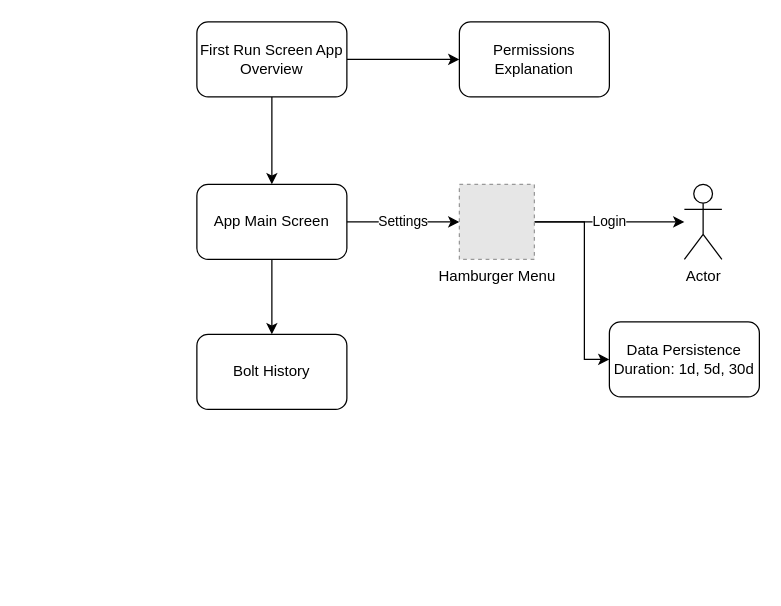
This is BLE_Reader.drawio from mihaidinsoreanu/draw_io_diagrams, a draw.io file, before an edit. Source tidied: cells renumbered, new cells numbered last; positions are measured from the earlier drawing's top-left corner, leaving out a move shared by most shapes. Both pictures are drawn from the tidied source at 125%, with x=0, y=0 at pixel (196, 21). Pictures stored in the file or linked from it are replaced by grey dashed boxes.
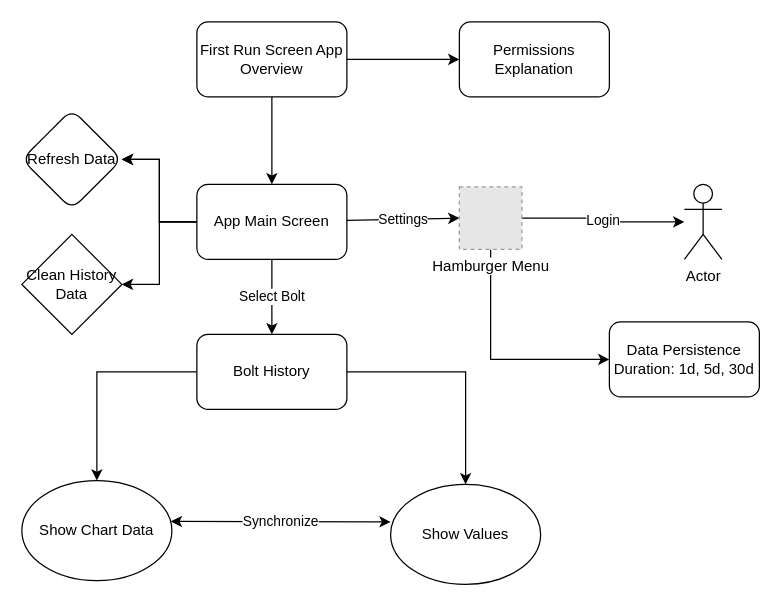
The same page after the edit.

The change refers to these unchanged cells:
```xml
<mxCell id="7" value="App Main Screen" style="rounded=1;whiteSpace=wrap;html=1;" parent="1" vertex="1">
  <mxGeometry y="130" width="120" height="60" as="geometry" />
</mxCell>
<mxCell id="8" value="Bolt History" style="rounded=1;whiteSpace=wrap;html=1;" parent="1" vertex="1">
  <mxGeometry y="250" width="120" height="60" as="geometry" />
</mxCell>
<mxCell id="14" value="Data Persistence Duration: 1d, 5d, 30d" style="rounded=1;whiteSpace=wrap;html=1;" parent="1" vertex="1">
  <mxGeometry x="330" y="240" width="120" height="60" as="geometry" />
</mxCell>
```

Diff of the diagram source:
```diff
@@
-    <mxCell id="6" style="edgeStyle=orthogonalEdgeStyle;rounded=0;jettySize=auto;html=1;" parent="1" edge="1" source="7" target="8">
+    <mxCell id="6" value="Select Bolt" style="edgeStyle=orthogonalEdgeStyle;rounded=0;jettySize=auto;html=1;" parent="1" edge="1" source="7" target="8">
       <mxGeometry relative="1" as="geometry" />
     </mxCell>
+    <mxCell id="15" style="edgeStyle=orthogonalEdgeStyle;rounded=0;jettySize=auto;html=1;" parent="1" edge="1" source="7" target="20">
+      <mxGeometry relative="1" as="geometry" />
+    </mxCell>
+    <mxCell id="16" style="edgeStyle=orthogonalEdgeStyle;rounded=0;jettySize=auto;html=1;" parent="1" edge="1" source="7" target="20">
+      <mxGeometry relative="1" as="geometry" />
+    </mxCell>
+    <mxCell id="17" style="edgeStyle=orthogonalEdgeStyle;rounded=0;jettySize=auto;html=1;entryX=1;entryY=0.5;entryDx=0;entryDy=0;" parent="1" edge="1" source="7" target="21">
+      <mxGeometry relative="1" as="geometry" />
+    </mxCell>
@@
+    <mxCell id="18" style="edgeStyle=orthogonalEdgeStyle;rounded=0;jettySize=auto;html=1;" parent="1" edge="1" source="8" target="22">
+      <mxGeometry relative="1" as="geometry" />
+    </mxCell>
+    <mxCell id="19" style="edgeStyle=orthogonalEdgeStyle;rounded=0;jettySize=auto;html=1;" parent="1" edge="1" source="8" target="23">
+      <mxGeometry relative="1" as="geometry" />
+    </mxCell>
@@
     <mxCell id="11" style="edgeStyle=orthogonalEdgeStyle;rounded=0;jettySize=auto;html=1;entryX=0;entryY=0.5;entryDx=0;entryDy=0;" parent="1" edge="1" source="12" target="14">
       <mxGeometry relative="1" as="geometry">
         <Array as="points">
-          <mxPoint x="310" y="160" />
-          <mxPoint x="310" y="270" />
+          <mxPoint x="235" y="270" />
         </Array>
       </mxGeometry>
     </mxCell>
     <mxCell id="12" value="Hamburger Menu" style="fillColor=#E6E6E6;strokeColor=#999999;dashed=1;html=1;verticalAlign=top;verticalLabelPosition=bottom;labelBackgroundColor=#ffffff;" parent="1" vertex="1">
-      <mxGeometry x="210" y="130" width="60" height="60" as="geometry" />
+      <mxGeometry x="210" y="132" width="50" height="50" as="geometry" />
     </mxCell>
@@
+    <mxCell id="20" value="Refresh Data" style="rhombus;whiteSpace=wrap;html=1;rounded=1;" parent="1" vertex="1">
+      <mxGeometry x="-140" y="70" width="80" height="80" as="geometry" />
+    </mxCell>
+    <mxCell id="21" value="Clean History Data" style="rhombus;whiteSpace=wrap;html=1;" parent="1" vertex="1">
+      <mxGeometry x="-140" y="170" width="80" height="80" as="geometry" />
+    </mxCell>
+    <mxCell id="22" value="Show Chart Data" style="ellipse;whiteSpace=wrap;html=1;" parent="1" vertex="1">
+      <mxGeometry x="-140" y="367" width="120" height="80" as="geometry" />
+    </mxCell>
+    <mxCell id="23" value="Show Values" style="ellipse;whiteSpace=wrap;html=1;" parent="1" vertex="1">
+      <mxGeometry x="155" y="370" width="120" height="80" as="geometry" />
+    </mxCell>
+    <mxCell id="24" value="Synchronize" style="endArrow=classic;startArrow=classic;html=1;rounded=0;entryX=0;entryY=0.375;entryDx=0;entryDy=0;entryPerimeter=0;exitX=0.993;exitY=0.408;exitDx=0;exitDy=0;exitPerimeter=0;" parent="1" edge="1" source="22" target="23">
+      <mxGeometry relative="1" as="geometry" />
+    </mxCell>
```
